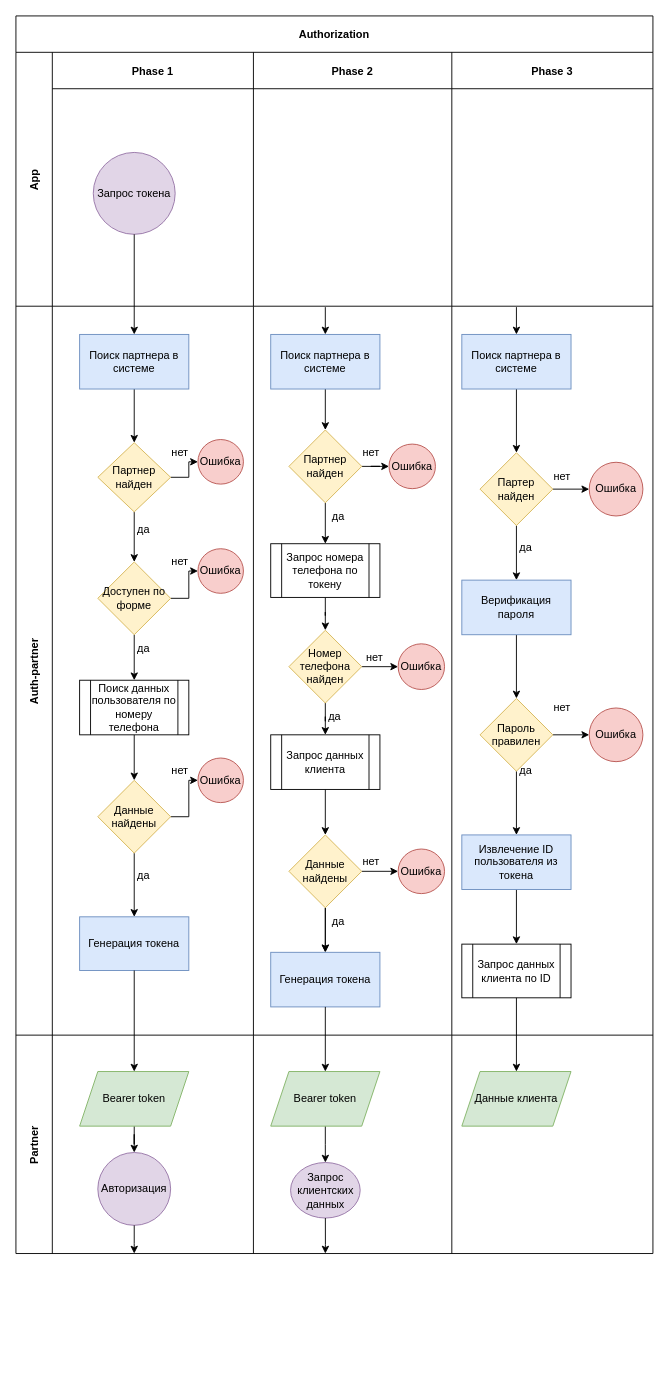
Above: src/Диаграмма без названия.drawio in aesenbekova8/Algorithms (draw.io), before the change. Source tidied: cells renumbered, new cells numbered last; positions are measured from the earlier drawing's top-left corner, leaving out a move shared by most shapes. Both pictures are drawn from the tidied source at 91%, with x=0, y=0 at pixel (15, 15).
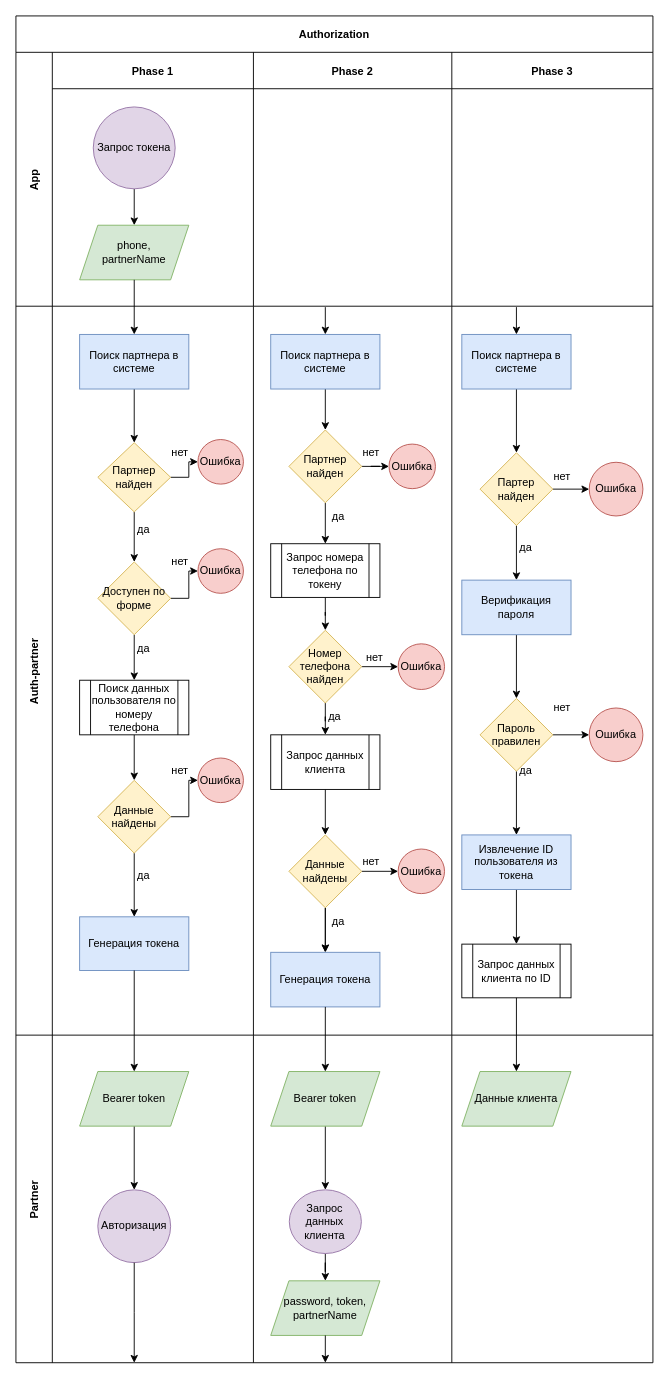
After the change.

The change refers to these unchanged cells:
```xml
<mxCell id="4" value="Phase 1" style="swimlane;swimlaneHead=0;swimlaneBody=0;fontStyle=0;fillColor=none;startSize=40;fontStyle=1;" parent="3" vertex="1">
  <mxGeometry x="40" width="221" height="279" as="geometry" />
</mxCell>
<mxCell id="11" value="Поиск партнера в системе" style="rounded=0;whiteSpace=wrap;html=1;fillColor=#dae8fc;strokeColor=#6c8ebf;" parent="9" vertex="1">
  <mxGeometry x="30" y="31" width="120" height="60" as="geometry" />
</mxCell>
```

Change to the diagram source:
```diff
@@
     <mxCell id="2" value="Authorization" style="shape=table;childLayout=tableLayout;startSize=40;fontStyle=1;resizeLastRow=1;" parent="1" vertex="1">
-      <mxGeometry width="700" height="1360" as="geometry" />
+      <mxGeometry width="700" height="1480" as="geometry" />
     </mxCell>
@@
+    <mxCell id="100" style="edgeStyle=orthogonalEdgeStyle;rounded=0;jettySize=auto;html=1;" parent="4" edge="1" source="5" target="101">
+      <mxGeometry relative="1" as="geometry" />
+    </mxCell>
     <mxCell id="5" value="Запрос токена" style="ellipse;whiteSpace=wrap;html=1;fillColor=#e1d5e7;strokeColor=#9673a6;" parent="4" vertex="1">
-      <mxGeometry x="45" y="110" width="90" height="90" as="geometry" />
+      <mxGeometry x="45" y="60" width="90" height="90" as="geometry" />
     </mxCell>
+    <mxCell id="101" value="phone, &lt;br&gt;partnerName" style="shape=parallelogram;perimeter=parallelogramPerimeter;whiteSpace=wrap;html=1;fixedSize=1;fillColor=#d5e8d4;strokeColor=#82b366;" parent="4" vertex="1">
+      <mxGeometry x="30" y="190" width="120" height="60" as="geometry" />
+    </mxCell>
@@
     <mxCell id="73" value="Partner" style="shape=tableRow;horizontal=0;startSize=40;swimlaneHead=0;swimlaneBody=0;top=0;left=0;bottom=0;right=0;fillColor=none;fontStyle=1;" parent="2" vertex="1">
-      <mxGeometry y="1120" width="700" height="240" as="geometry" />
+      <mxGeometry y="1120" width="700" height="360" as="geometry" />
     </mxCell>
     <mxCell id="74" style="swimlane;swimlaneHead=0;swimlaneBody=0;fontStyle=0;fillColor=#d5e8d4;startSize=0;fontStyle=1;strokeColor=#82b366;" parent="73" vertex="1">
-      <mxGeometry x="40" width="221" height="240" as="geometry" />
+      <mxGeometry x="40" width="221" height="360" as="geometry" />
     </mxCell>
@@
     <mxCell id="77" value="Авторизация" style="ellipse;whiteSpace=wrap;html=1;fillColor=#e1d5e7;strokeColor=#9673a6;" parent="74" vertex="1">
-      <mxGeometry x="50" y="129" width="80" height="80" as="geometry" />
+      <mxGeometry x="50" y="170" width="80" height="80" as="geometry" />
     </mxCell>
     <mxCell id="78" style="swimlane;swimlaneHead=0;swimlaneBody=0;fontStyle=0;fillColor=none;startSize=0;fontStyle=1;" parent="73" vertex="1">
-      <mxGeometry x="261" width="218" height="240" as="geometry" />
+      <mxGeometry x="261" width="218" height="360" as="geometry" />
     </mxCell>
@@
+    <mxCell id="102" style="edgeStyle=orthogonalEdgeStyle;rounded=0;jettySize=auto;html=1;" parent="78" edge="1" source="81" target="103">
+      <mxGeometry relative="1" as="geometry" />
+    </mxCell>
-    <mxCell id="81" value="Запрос клиентских данных" style="ellipse;whiteSpace=wrap;html=1;fillColor=#e1d5e7;strokeColor=#9673a6;" parent="78" vertex="1">
-      <mxGeometry x="40.8" y="140" width="76.5" height="61" as="geometry" />
+    <mxCell id="81" value="Запрос данных клиента" style="ellipse;whiteSpace=wrap;html=1;fillColor=#e1d5e7;strokeColor=#9673a6;" parent="78" vertex="1">
+      <mxGeometry x="39.4" y="170" width="79.2" height="70" as="geometry" />
     </mxCell>
+    <mxCell id="103" value="password, token, partnerName" style="shape=parallelogram;perimeter=parallelogramPerimeter;whiteSpace=wrap;html=1;fixedSize=1;fillColor=#d5e8d4;strokeColor=#82b366;" parent="78" vertex="1">
+      <mxGeometry x="19" y="270" width="120" height="60" as="geometry" />
+    </mxCell>
     <mxCell id="82" style="swimlane;swimlaneHead=0;swimlaneBody=0;fontStyle=0;fillColor=none;startSize=0;fontStyle=1;" parent="73" vertex="1">
-      <mxGeometry x="479" width="221" height="240" as="geometry" />
+      <mxGeometry x="479" width="221" height="360" as="geometry" />
     </mxCell>
@@
-    <mxCell id="84" style="edgeStyle=orthogonalEdgeStyle;rounded=0;jettySize=auto;html=1;entryX=0.5;entryY=0;entryDx=0;entryDy=0;" parent="2" edge="1" source="5" target="11">
-      <mxGeometry relative="1" as="geometry" />
-    </mxCell>
@@
+    <mxCell id="104" style="edgeStyle=orthogonalEdgeStyle;rounded=0;jettySize=auto;html=1;" parent="2" edge="1" source="101" target="11">
+      <mxGeometry relative="1" as="geometry" />
+    </mxCell>
@@
     <mxCell id="89" style="edgeStyle=orthogonalEdgeStyle;rounded=0;jettySize=auto;html=1;" parent="1" edge="1" source="77">
       <mxGeometry relative="1" as="geometry">
-        <mxPoint x="130" y="1360" as="targetPoint" />
+        <mxPoint x="130" y="1480" as="targetPoint" />
       </mxGeometry>
     </mxCell>
@@
-    <mxCell id="91" style="edgeStyle=orthogonalEdgeStyle;rounded=0;jettySize=auto;html=1;" parent="1" edge="1" source="81">
-      <mxGeometry relative="1" as="geometry">
-        <mxPoint x="340" y="1360" as="targetPoint" />
-        <Array as="points">
-          <mxPoint x="340" y="1350" />
-          <mxPoint x="340" y="1350" />
-        </Array>
-      </mxGeometry>
-    </mxCell>
@@
+    <mxCell id="105" style="edgeStyle=orthogonalEdgeStyle;rounded=0;jettySize=auto;html=1;exitX=0.5;exitY=1;exitDx=0;exitDy=0;" parent="1" edge="1" source="103">
+      <mxGeometry relative="1" as="geometry">
+        <mxPoint x="340" y="1480" as="targetPoint" />
+      </mxGeometry>
+    </mxCell>
```
